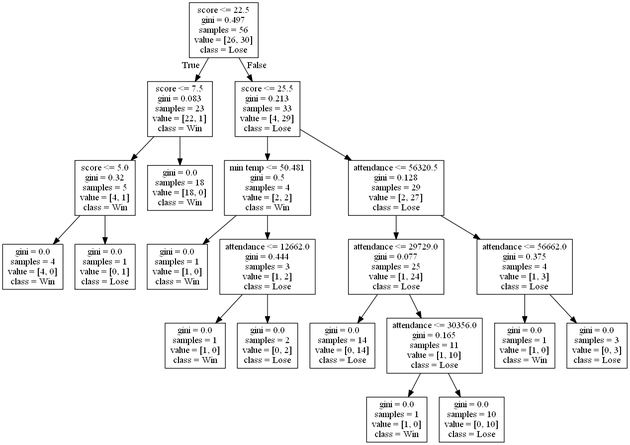
Before: DecisionTrees/decision_tree_with_score4.png, a diagram exported from Graphviz (alexana-steck/CSE482Project). Its source is kept beside it as DecisionTrees/decision_tree_with_score4.dot.
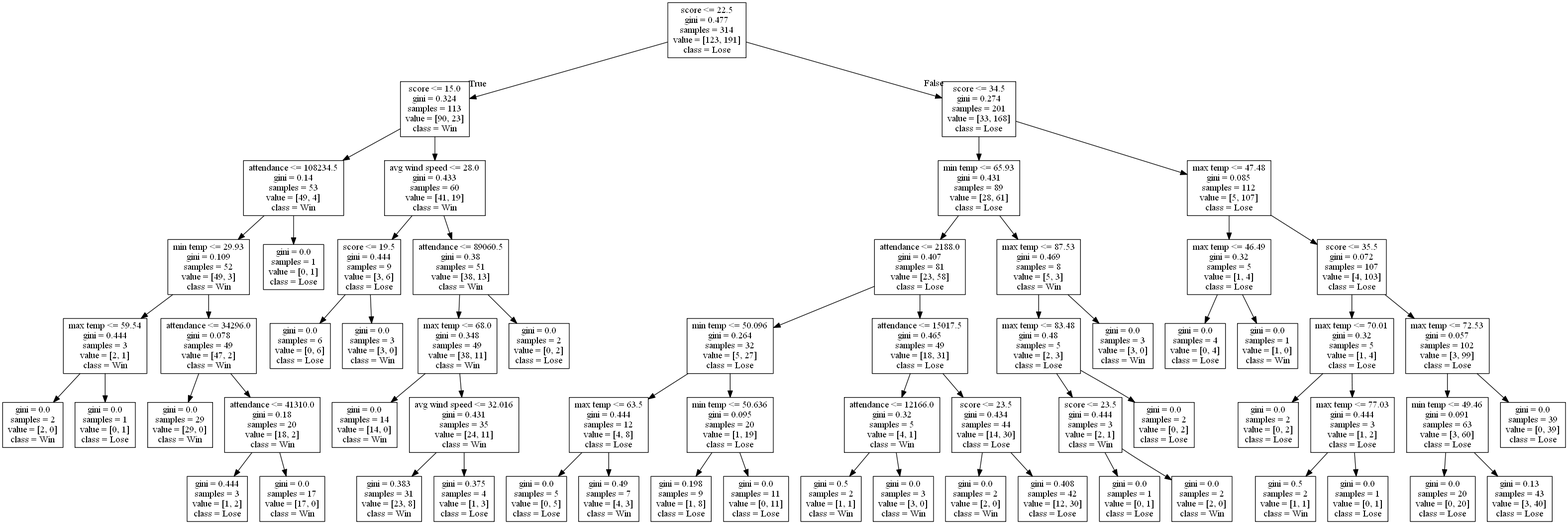
The same diagram one commit later.

What changed in the source:
```diff
@@ -1,44 +1,128 @@
 digraph Tree {
 node [shape=box] ;
-0 [label="score <= 22.5\ngini = 0.497\nsamples = 56\nvalue = [26, 30]\nclass = Lose"] ;
-1 [label="score <= 7.5\ngini = 0.083\nsamples = 23\nvalue = [22, 1]\nclass = Win"] ;
+0 [label="score <= 22.5\ngini = 0.477\nsamples = 314\nvalue = [123, 191]\nclass = Lose"] ;
+1 [label="score <= 15.0\ngini = 0.324\nsamples = 113\nvalue = [90, 23]\nclass = Win"] ;
 0 -> 1 [labeldistance=2.5, labelangle=45, headlabel="True"] ;
-2 [label="score <= 5.0\ngini = 0.32\nsamples = 5\nvalue = [4, 1]\nclass = Win"] ;
+2 [label="attendance <= 108234.5\ngini = 0.14\nsamples = 53\nvalue = [49, 4]\nclass = Win"] ;
 1 -> 2 ;
-3 [label="gini = 0.0\nsamples = 4\nvalue = [4, 0]\nclass = Win"] ;
+3 [label="min temp <= 29.93\ngini = 0.109\nsamples = 52\nvalue = [49, 3]\nclass = Win"] ;
 2 -> 3 ;
-4 [label="gini = 0.0\nsamples = 1\nvalue = [0, 1]\nclass = Lose"] ;
-2 -> 4 ;
-5 [label="gini = 0.0\nsamples = 18\nvalue = [18, 0]\nclass = Win"] ;
-1 -> 5 ;
-6 [label="score <= 25.5\ngini = 0.213\nsamples = 33\nvalue = [4, 29]\nclass = Lose"] ;
-0 -> 6 [labeldistance=2.5, labelangle=-45, headlabel="False"] ;
-7 [label="min temp <= 50.481\ngini = 0.5\nsamples = 4\nvalue = [2, 2]\nclass = Win"] ;
-6 -> 7 ;
-8 [label="gini = 0.0\nsamples = 1\nvalue = [1, 0]\nclass = Win"] ;
+4 [label="max temp <= 59.54\ngini = 0.444\nsamples = 3\nvalue = [2, 1]\nclass = Win"] ;
+3 -> 4 ;
+5 [label="gini = 0.0\nsamples = 2\nvalue = [2, 0]\nclass = Win"] ;
+4 -> 5 ;
+6 [label="gini = 0.0\nsamples = 1\nvalue = [0, 1]\nclass = Lose"] ;
+4 -> 6 ;
+7 [label="attendance <= 34296.0\ngini = 0.078\nsamples = 49\nvalue = [47, 2]\nclass = Win"] ;
+3 -> 7 ;
+8 [label="gini = 0.0\nsamples = 29\nvalue = [29, 0]\nclass = Win"] ;
 7 -> 8 ;
-9 [label="attendance <= 12662.0\ngini = 0.444\nsamples = 3\nvalue = [1, 2]\nclass = Lose"] ;
+9 [label="attendance <= 41310.0\ngini = 0.18\nsamples = 20\nvalue = [18, 2]\nclass = Win"] ;
 7 -> 9 ;
-10 [label="gini = 0.0\nsamples = 1\nvalue = [1, 0]\nclass = Win"] ;
+10 [label="gini = 0.444\nsamples = 3\nvalue = [1, 2]\nclass = Lose"] ;
 9 -> 10 ;
-11 [label="gini = 0.0\nsamples = 2\nvalue = [0, 2]\nclass = Lose"] ;
+11 [label="gini = 0.0\nsamples = 17\nvalue = [17, 0]\nclass = Win"] ;
 9 -> 11 ;
-12 [label="attendance <= 56320.5\ngini = 0.128\nsamples = 29\nvalue = [2, 27]\nclass = Lose"] ;
-6 -> 12 ;
-13 [label="attendance <= 29729.0\ngini = 0.077\nsamples = 25\nvalue = [1, 24]\nclass = Lose"] ;
-12 -> 13 ;
-14 [label="gini = 0.0\nsamples = 14\nvalue = [0, 14]\nclass = Lose"] ;
+12 [label="gini = 0.0\nsamples = 1\nvalue = [0, 1]\nclass = Lose"] ;
+2 -> 12 ;
+13 [label="avg wind speed <= 28.0\ngini = 0.433\nsamples = 60\nvalue = [41, 19]\nclass = Win"] ;
+1 -> 13 ;
+14 [label="score <= 19.5\ngini = 0.444\nsamples = 9\nvalue = [3, 6]\nclass = Lose"] ;
 13 -> 14 ;
-15 [label="attendance <= 30356.0\ngini = 0.165\nsamples = 11\nvalue = [1, 10]\nclass = Lose"] ;
-13 -> 15 ;
-16 [label="gini = 0.0\nsamples = 1\nvalue = [1, 0]\nclass = Win"] ;
-15 -> 16 ;
-17 [label="gini = 0.0\nsamples = 10\nvalue = [0, 10]\nclass = Lose"] ;
-15 -> 17 ;
-18 [label="attendance <= 56662.0\ngini = 0.375\nsamples = 4\nvalue = [1, 3]\nclass = Lose"] ;
-12 -> 18 ;
-19 [label="gini = 0.0\nsamples = 1\nvalue = [1, 0]\nclass = Win"] ;
+15 [label="gini = 0.0\nsamples = 6\nvalue = [0, 6]\nclass = Lose"] ;
+14 -> 15 ;
+16 [label="gini = 0.0\nsamples = 3\nvalue = [3, 0]\nclass = Win"] ;
+14 -> 16 ;
+17 [label="attendance <= 89060.5\ngini = 0.38\nsamples = 51\nvalue = [38, 13]\nclass = Win"] ;
+13 -> 17 ;
+18 [label="max temp <= 68.0\ngini = 0.348\nsamples = 49\nvalue = [38, 11]\nclass = Win"] ;
+17 -> 18 ;
+19 [label="gini = 0.0\nsamples = 14\nvalue = [14, 0]\nclass = Win"] ;
 18 -> 19 ;
-20 [label="gini = 0.0\nsamples = 3\nvalue = [0, 3]\nclass = Lose"] ;
+20 [label="avg wind speed <= 32.016\ngini = 0.431\nsamples = 35\nvalue = [24, 11]\nclass = Win"] ;
 18 -> 20 ;
+21 [label="gini = 0.383\nsamples = 31\nvalue = [23, 8]\nclass = Win"] ;
+20 -> 21 ;
+22 [label="gini = 0.375\nsamples = 4\nvalue = [1, 3]\nclass = Lose"] ;
+20 -> 22 ;
+23 [label="gini = 0.0\nsamples = 2\nvalue = [0, 2]\nclass = Lose"] ;
+17 -> 23 ;
+24 [label="score <= 34.5\ngini = 0.274\nsamples = 201\nvalue = [33, 168]\nclass = Lose"] ;
+0 -> 24 [labeldistance=2.5, labelangle=-45, headlabel="False"] ;
+25 [label="min temp <= 65.93\ngini = 0.431\nsamples = 89\nvalue = [28, 61]\nclass = Lose"] ;
+24 -> 25 ;
+26 [label="attendance <= 2188.0\ngini = 0.407\nsamples = 81\nvalue = [23, 58]\nclass = Lose"] ;
+25 -> 26 ;
+27 [label="min temp <= 50.096\ngini = 0.264\nsamples = 32\nvalue = [5, 27]\nclass = Lose"] ;
+26 -> 27 ;
+28 [label="max temp <= 63.5\ngini = 0.444\nsamples = 12\nvalue = [4, 8]\nclass = Lose"] ;
+27 -> 28 ;
+29 [label="gini = 0.0\nsamples = 5\nvalue = [0, 5]\nclass = Lose"] ;
+28 -> 29 ;
+30 [label="gini = 0.49\nsamples = 7\nvalue = [4, 3]\nclass = Win"] ;
+28 -> 30 ;
+31 [label="min temp <= 50.636\ngini = 0.095\nsamples = 20\nvalue = [1, 19]\nclass = Lose"] ;
+27 -> 31 ;
+32 [label="gini = 0.198\nsamples = 9\nvalue = [1, 8]\nclass = Lose"] ;
+31 -> 32 ;
+33 [label="gini = 0.0\nsamples = 11\nvalue = [0, 11]\nclass = Lose"] ;
+31 -> 33 ;
+34 [label="attendance <= 15017.5\ngini = 0.465\nsamples = 49\nvalue = [18, 31]\nclass = Lose"] ;
+26 -> 34 ;
+35 [label="attendance <= 12166.0\ngini = 0.32\nsamples = 5\nvalue = [4, 1]\nclass = Win"] ;
+34 -> 35 ;
+36 [label="gini = 0.5\nsamples = 2\nvalue = [1, 1]\nclass = Win"] ;
+35 -> 36 ;
+37 [label="gini = 0.0\nsamples = 3\nvalue = [3, 0]\nclass = Win"] ;
+35 -> 37 ;
+38 [label="score <= 23.5\ngini = 0.434\nsamples = 44\nvalue = [14, 30]\nclass = Lose"] ;
+34 -> 38 ;
+39 [label="gini = 0.0\nsamples = 2\nvalue = [2, 0]\nclass = Win"] ;
+38 -> 39 ;
+40 [label="gini = 0.408\nsamples = 42\nvalue = [12, 30]\nclass = Lose"] ;
+38 -> 40 ;
+41 [label="max temp <= 87.53\ngini = 0.469\nsamples = 8\nvalue = [5, 3]\nclass = Win"] ;
+25 -> 41 ;
+42 [label="max temp <= 83.48\ngini = 0.48\nsamples = 5\nvalue = [2, 3]\nclass = Lose"] ;
+41 -> 42 ;
+43 [label="score <= 23.5\ngini = 0.444\nsamples = 3\nvalue = [2, 1]\nclass = Win"] ;
+42 -> 43 ;
+44 [label="gini = 0.0\nsamples = 1\nvalue = [0, 1]\nclass = Lose"] ;
+43 -> 44 ;
+45 [label="gini = 0.0\nsamples = 2\nvalue = [2, 0]\nclass = Win"] ;
+43 -> 45 ;
+46 [label="gini = 0.0\nsamples = 2\nvalue = [0, 2]\nclass = Lose"] ;
+42 -> 46 ;
+47 [label="gini = 0.0\nsamples = 3\nvalue = [3, 0]\nclass = Win"] ;
+41 -> 47 ;
+48 [label="max temp <= 47.48\ngini = 0.085\nsamples = 112\nvalue = [5, 107]\nclass = Lose"] ;
+24 -> 48 ;
+49 [label="max temp <= 46.49\ngini = 0.32\nsamples = 5\nvalue = [1, 4]\nclass = Lose"] ;
+48 -> 49 ;
+50 [label="gini = 0.0\nsamples = 4\nvalue = [0, 4]\nclass = Lose"] ;
+49 -> 50 ;
+51 [label="gini = 0.0\nsamples = 1\nvalue = [1, 0]\nclass = Win"] ;
+49 -> 51 ;
+52 [label="score <= 35.5\ngini = 0.072\nsamples = 107\nvalue = [4, 103]\nclass = Lose"] ;
+48 -> 52 ;
+53 [label="max temp <= 70.01\ngini = 0.32\nsamples = 5\nvalue = [1, 4]\nclass = Lose"] ;
+52 -> 53 ;
+54 [label="gini = 0.0\nsamples = 2\nvalue = [0, 2]\nclass = Lose"] ;
+53 -> 54 ;
+55 [label="max temp <= 77.03\ngini = 0.444\nsamples = 3\nvalue = [1, 2]\nclass = Lose"] ;
+53 -> 55 ;
+56 [label="gini = 0.5\nsamples = 2\nvalue = [1, 1]\nclass = Win"] ;
+55 -> 56 ;
+57 [label="gini = 0.0\nsamples = 1\nvalue = [0, 1]\nclass = Lose"] ;
+55 -> 57 ;
+58 [label="max temp <= 72.53\ngini = 0.057\nsamples = 102\nvalue = [3, 99]\nclass = Lose"] ;
+52 -> 58 ;
+59 [label="min temp <= 49.46\ngini = 0.091\nsamples = 63\nvalue = [3, 60]\nclass = Lose"] ;
+58 -> 59 ;
+60 [label="gini = 0.0\nsamples = 20\nvalue = [0, 20]\nclass = Lose"] ;
+59 -> 60 ;
+61 [label="gini = 0.13\nsamples = 43\nvalue = [3, 40]\nclass = Lose"] ;
+59 -> 61 ;
+62 [label="gini = 0.0\nsamples = 39\nvalue = [0, 39]\nclass = Lose"] ;
+58 -> 62 ;
 }
```
